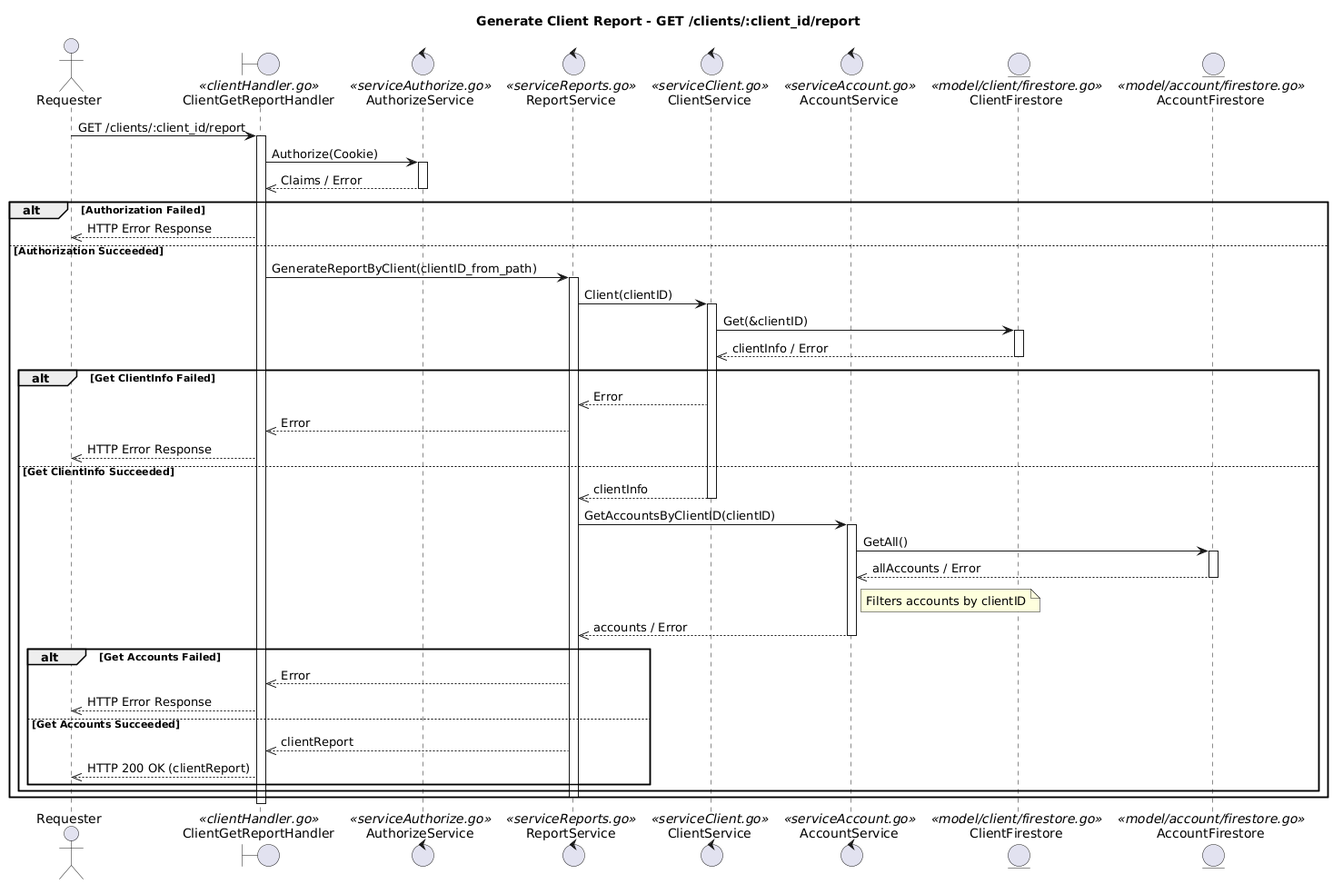
This is docs/Report/SequenciaReportByClient.png from JulioKobayashiEbury/BankingAPI, a PlantUML export, as it was before one commit.
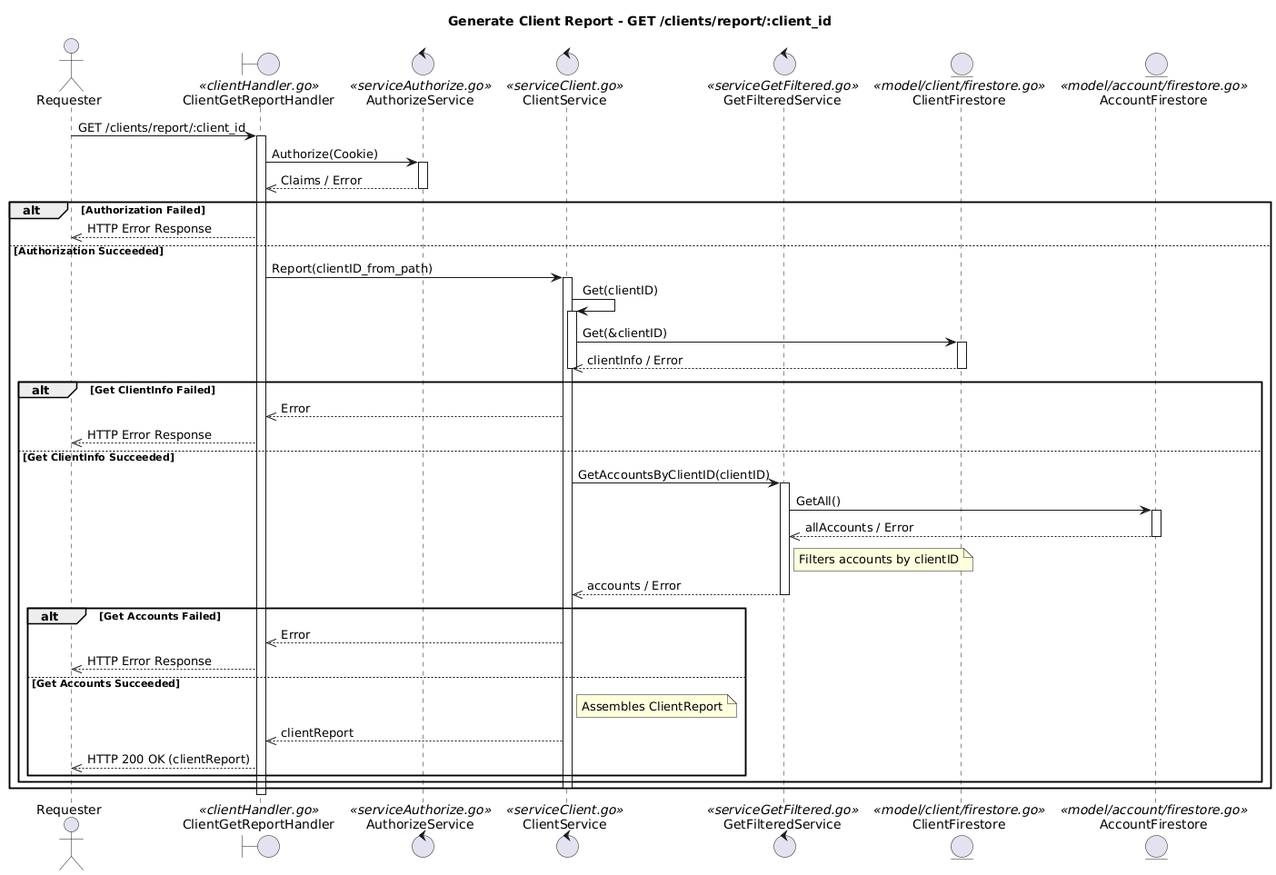
The same diagram one commit later.

Change to the diagram source:
```diff
@@ -1,16 +1,15 @@
 @startuml
-title Generate Client Report - GET /clients/:client_id/report
+title Generate Client Report - GET /clients/report/:client_id
 
 actor Requester
 boundary ClientGetReportHandler <<clientHandler.go>>
 control AuthorizeService <<serviceAuthorize.go>>
-control ReportService <<serviceReports.go>>
 control ClientService <<serviceClient.go>>
-control AccountService <<serviceAccount.go>>
+control GetFilteredService <<serviceGetFiltered.go>>
 entity ClientFirestore <<model/client/firestore.go>>
 entity AccountFirestore <<model/account/firestore.go>>
 
-Requester -> ClientGetReportHandler : GET /clients/:client_id/report
+Requester -> ClientGetReportHandler : GET /clients/report/:client_id
 activate ClientGetReportHandler
 
 ClientGetReportHandler -> AuthorizeService : Authorize(Cookie)
@@ -21,40 +20,41 @@
 alt Authorization Failed
     ClientGetReportHandler -->> Requester : HTTP Error Response
 else Authorization Succeeded
-    ClientGetReportHandler -> ReportService : GenerateReportByClient(clientID_from_path)
-    activate ReportService
-    ReportService -> ClientService : Client(clientID)
+    ClientGetReportHandler -> ClientService : Report(clientID_from_path)
+    activate ClientService
+
+    ClientService -> ClientService : Get(clientID)
     activate ClientService
     ClientService -> ClientFirestore : Get(&clientID)
     activate ClientFirestore
     ClientFirestore -->> ClientService : clientInfo / Error
     deactivate ClientFirestore
+    deactivate ClientService
 
     alt Get ClientInfo Failed
-        ClientService -->> ReportService : Error
-        ReportService -->> ClientGetReportHandler : Error
+        ClientService -->> ClientGetReportHandler : Error
         ClientGetReportHandler -->> Requester : HTTP Error Response
     else Get ClientInfo Succeeded
-        ClientService -->> ReportService : clientInfo
-        deactivate ClientService
-        ReportService -> AccountService : GetAccountsByClientID(clientID)
-        activate AccountService
-        AccountService -> AccountFirestore : GetAll()
+        ClientService -> GetFilteredService : GetAccountsByClientID(clientID)
+        activate GetFilteredService
+        GetFilteredService -> AccountFirestore : GetAll()
         activate AccountFirestore
-        AccountFirestore -->> AccountService : allAccounts / Error
+        AccountFirestore -->> GetFilteredService : allAccounts / Error
         deactivate AccountFirestore
-        note right of AccountService : Filters accounts by clientID
-        AccountService -->> ReportService : accounts / Error
-        deactivate AccountService
+        note right of GetFilteredService : Filters accounts by clientID
+        GetFilteredService -->> ClientService : accounts / Error
+        deactivate GetFilteredService
+
         alt Get Accounts Failed
-            ReportService -->> ClientGetReportHandler : Error
+            ClientService -->> ClientGetReportHandler : Error
             ClientGetReportHandler -->> Requester : HTTP Error Response
         else Get Accounts Succeeded
-            ReportService -->> ClientGetReportHandler : clientReport
+            note right of ClientService : Assembles ClientReport
+            ClientService -->> ClientGetReportHandler : clientReport
             ClientGetReportHandler -->> Requester : HTTP 200 OK (clientReport)
         end
     end
-    deactivate ReportService
+    deactivate ClientService
 end
 deactivate ClientGetReportHandler
 @enduml
```
